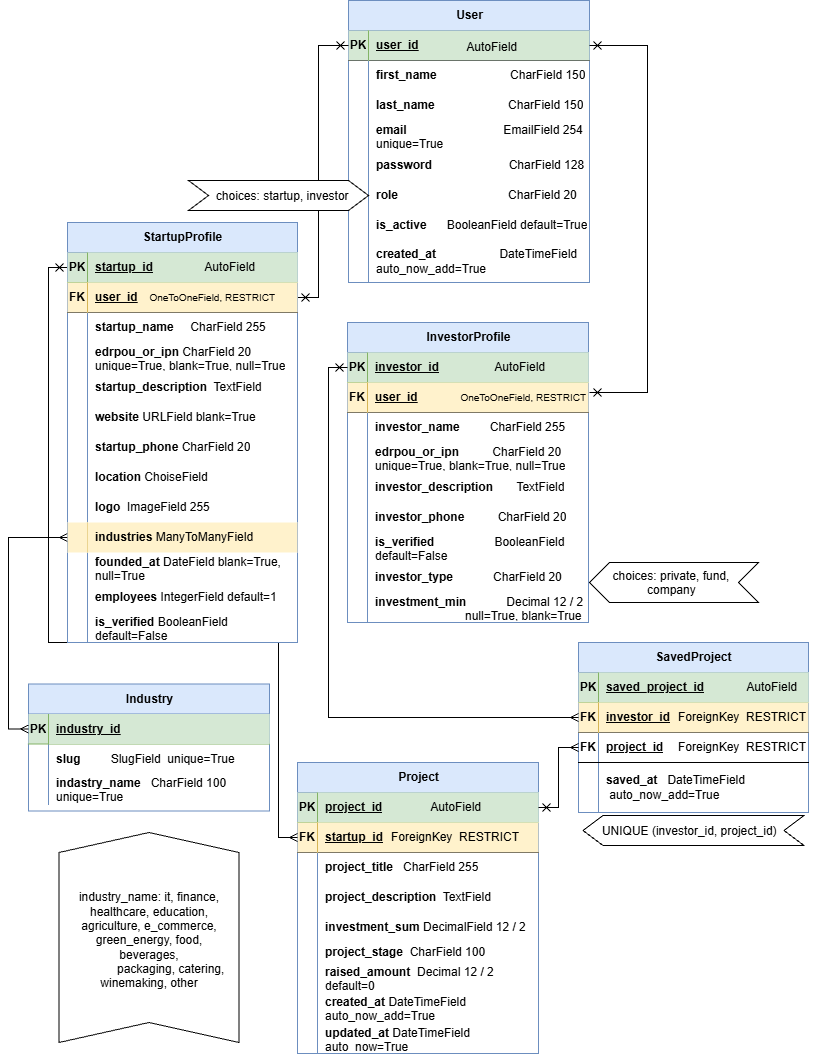
Above: db.png in ITA-Dnipro/PL4851 (draw.io), before the change. Source tidied: cells renumbered, new cells last; positions are measured from the earlier drawing's top-left corner, leaving out a move shared by most shapes.
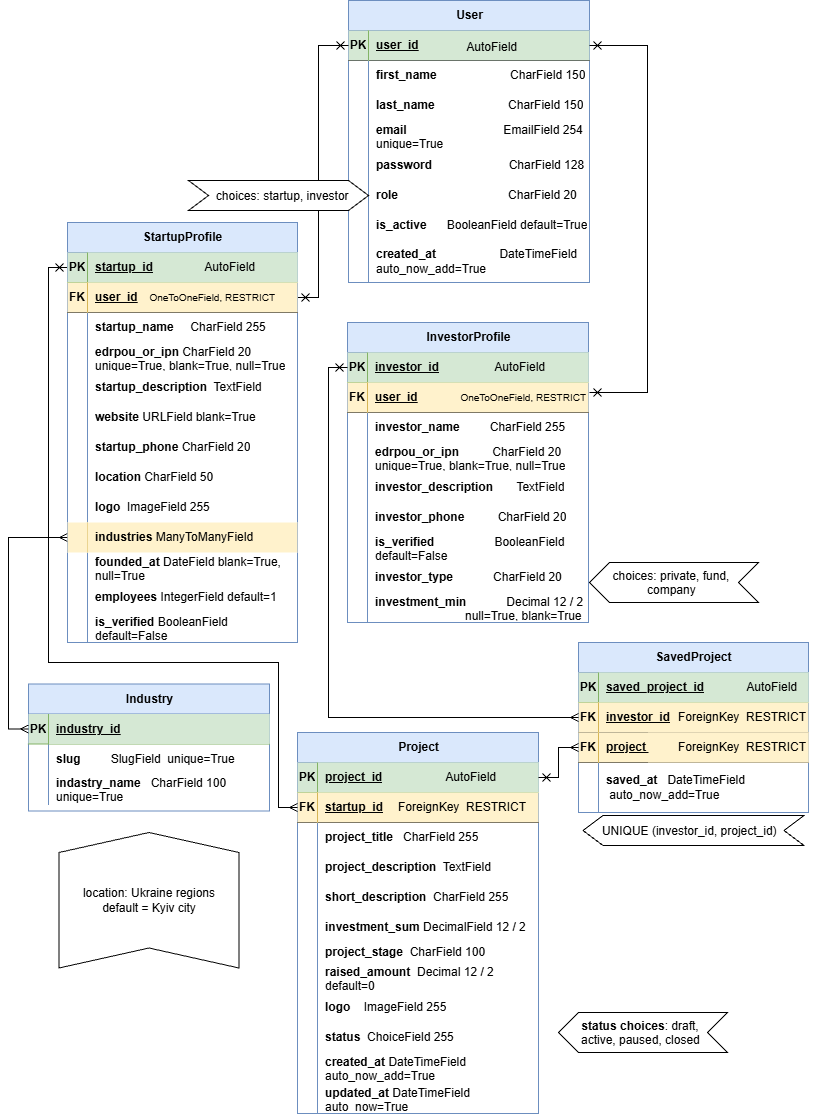
The same file after the commit.

The edit, as a diff of the source:
```diff
@@ -78,7 +78,7 @@
       <mxGeometry x="20" width="221" height="42" as="geometry" />
     </mxCell>
     <mxCell id="27" value="Project" style="shape=table;startSize=30;rowLines=0;fontStyle=1;align=center;html=1;fillColor=#dae8fc;strokeColor=#6c8ebf;" parent="1" vertex="1">
-      <mxGeometry x="289" y="762" width="241" height="291" as="geometry" />
+      <mxGeometry x="289" y="732" width="241" height="381" as="geometry" />
     </mxCell>
     <mxCell id="28" style="shape=tableRow;horizontal=0;startSize=0;swimlaneHead=0;swimlaneBody=0;fillColor=#d5e8d4;points=[[0,0.5],[1,0.5]];portConstraint=eastwest;top=0;left=0;right=0;bottom=1;strokeColor=#82b366;" parent="27" vertex="1">
       <mxGeometry y="30" width="241" height="30" as="geometry" />
@@ -116,8 +116,17 @@
     <mxCell id="39" value="&lt;b&gt;project_description&amp;nbsp;&lt;/b&gt; TextField" style="shape=partialRectangle;fillColor=none;top=0;left=0;bottom=0;right=0;align=left;spacingLeft=6;overflow=hidden;whiteSpace=wrap;html=1;" parent="37" vertex="1">
       <mxGeometry x="20" width="221" height="30" as="geometry" />
     </mxCell>
+    <mxCell id="170" style="shape=tableRow;horizontal=0;startSize=0;swimlaneHead=0;swimlaneBody=0;fillColor=none;top=0;left=0;right=0;bottom=0;" parent="27" vertex="1">
+      <mxGeometry y="150" width="241" height="30" as="geometry" />
+    </mxCell>
+    <mxCell id="171" style="shape=partialRectangle;fillColor=none;top=0;left=0;bottom=0;right=0;overflow=hidden;whiteSpace=wrap;html=1;" parent="170" vertex="1">
+      <mxGeometry width="20" height="30" as="geometry" />
+    </mxCell>
+    <mxCell id="172" value="&lt;b&gt;short_description&amp;nbsp;&lt;/b&gt;&amp;nbsp;CharField 255" style="shape=partialRectangle;fillColor=none;top=0;left=0;bottom=0;right=0;align=left;spacingLeft=6;overflow=hidden;whiteSpace=wrap;html=1;" parent="170" vertex="1">
+      <mxGeometry x="20" width="221" height="30" as="geometry" />
+    </mxCell>
     <mxCell id="40" style="shape=tableRow;horizontal=0;startSize=0;swimlaneHead=0;swimlaneBody=0;fillColor=none;top=0;left=0;right=0;bottom=0;" parent="27" vertex="1">
-      <mxGeometry y="150" width="241" height="30" as="geometry" />
+      <mxGeometry y="180" width="241" height="30" as="geometry" />
     </mxCell>
     <mxCell id="41" style="shape=partialRectangle;fillColor=none;top=0;left=0;bottom=0;right=0;overflow=hidden;whiteSpace=wrap;html=1;" parent="40" vertex="1">
       <mxGeometry width="20" height="30" as="geometry" />
@@ -126,7 +135,7 @@
       <mxGeometry x="20" width="221" height="30" as="geometry" />
     </mxCell>
     <mxCell id="43" style="shape=tableRow;horizontal=0;startSize=0;swimlaneHead=0;swimlaneBody=0;fillColor=none;top=0;left=0;right=0;bottom=0;" parent="27" vertex="1">
-      <mxGeometry y="180" width="241" height="20" as="geometry" />
+      <mxGeometry y="210" width="241" height="20" as="geometry" />
     </mxCell>
     <mxCell id="44" style="shape=partialRectangle;fillColor=none;top=0;left=0;bottom=0;right=0;overflow=hidden;whiteSpace=wrap;html=1;" parent="43" vertex="1">
       <mxGeometry width="20" height="20" as="geometry" />
@@ -135,7 +144,7 @@
       <mxGeometry x="20" width="221" height="20" as="geometry" />
     </mxCell>
     <mxCell id="46" style="shape=tableRow;horizontal=0;startSize=0;swimlaneHead=0;swimlaneBody=0;fillColor=none;top=0;left=0;right=0;bottom=0;" parent="27" vertex="1">
-      <mxGeometry y="200" width="241" height="30" as="geometry" />
+      <mxGeometry y="230" width="241" height="30" as="geometry" />
     </mxCell>
     <mxCell id="47" style="shape=partialRectangle;fillColor=none;top=0;left=0;bottom=0;right=0;overflow=hidden;whiteSpace=wrap;html=1;" parent="46" vertex="1">
       <mxGeometry width="20" height="30" as="geometry" />
@@ -143,8 +152,26 @@
     <mxCell id="48" value="&lt;b&gt;raised_amount&lt;/b&gt;&amp;nbsp; Decimal 12 / 2&lt;div&gt;default=0&lt;/div&gt;" style="shape=partialRectangle;fillColor=none;top=0;left=0;bottom=0;right=0;align=left;spacingLeft=6;overflow=hidden;whiteSpace=wrap;html=1;" parent="46" vertex="1">
       <mxGeometry x="20" width="221" height="30" as="geometry" />
     </mxCell>
+    <mxCell id="173" style="shape=tableRow;horizontal=0;startSize=0;swimlaneHead=0;swimlaneBody=0;fillColor=none;top=0;left=0;right=0;bottom=0;" parent="27" vertex="1">
+      <mxGeometry y="260" width="241" height="30" as="geometry" />
+    </mxCell>
+    <mxCell id="174" style="shape=partialRectangle;fillColor=none;top=0;left=0;bottom=0;right=0;overflow=hidden;whiteSpace=wrap;html=1;" parent="173" vertex="1">
+      <mxGeometry width="20" height="30" as="geometry" />
+    </mxCell>
+    <mxCell id="175" value="&lt;div&gt;&lt;b&gt;logo&amp;nbsp; &amp;nbsp; &lt;/b&gt;ImageField 255&lt;/div&gt;" style="shape=partialRectangle;fillColor=none;top=0;left=0;bottom=0;right=0;align=left;spacingLeft=6;overflow=hidden;whiteSpace=wrap;html=1;" parent="173" vertex="1">
+      <mxGeometry x="20" width="221" height="30" as="geometry" />
+    </mxCell>
+    <mxCell id="176" style="shape=tableRow;horizontal=0;startSize=0;swimlaneHead=0;swimlaneBody=0;fillColor=none;top=0;left=0;right=0;bottom=0;" parent="27" vertex="1">
+      <mxGeometry y="290" width="241" height="30" as="geometry" />
+    </mxCell>
+    <mxCell id="177" style="shape=partialRectangle;fillColor=none;top=0;left=0;bottom=0;right=0;overflow=hidden;whiteSpace=wrap;html=1;" parent="176" vertex="1">
+      <mxGeometry width="20" height="30" as="geometry" />
+    </mxCell>
+    <mxCell id="178" value="&lt;div&gt;&lt;b&gt;status&amp;nbsp; &lt;/b&gt;ChoiceField 255&lt;/div&gt;" style="shape=partialRectangle;fillColor=none;top=0;left=0;bottom=0;right=0;align=left;spacingLeft=6;overflow=hidden;whiteSpace=wrap;html=1;" parent="176" vertex="1">
+      <mxGeometry x="20" width="221" height="30" as="geometry" />
+    </mxCell>
     <mxCell id="49" style="shape=tableRow;horizontal=0;startSize=0;swimlaneHead=0;swimlaneBody=0;fillColor=none;top=0;left=0;right=0;bottom=0;" parent="27" vertex="1">
-      <mxGeometry y="230" width="241" height="31" as="geometry" />
+      <mxGeometry y="320" width="241" height="31" as="geometry" />
     </mxCell>
     <mxCell id="50" style="shape=partialRectangle;fillColor=none;top=0;left=0;bottom=0;right=0;overflow=hidden;whiteSpace=wrap;html=1;" parent="49" vertex="1">
       <mxGeometry width="20" height="31" as="geometry" />
@@ -153,7 +180,7 @@
       <mxGeometry x="20" width="221" height="31" as="geometry" />
     </mxCell>
     <mxCell id="52" style="shape=tableRow;horizontal=0;startSize=0;swimlaneHead=0;swimlaneBody=0;fillColor=none;top=0;left=0;right=0;bottom=0;" parent="27" vertex="1">
-      <mxGeometry y="261" width="241" height="30" as="geometry" />
+      <mxGeometry y="351" width="241" height="30" as="geometry" />
     </mxCell>
     <mxCell id="53" style="shape=partialRectangle;fillColor=none;top=0;left=0;bottom=0;right=0;overflow=hidden;whiteSpace=wrap;html=1;" parent="52" vertex="1">
       <mxGeometry width="20" height="30" as="geometry" />
@@ -180,23 +207,23 @@
       </mxGeometry>
     </mxCell>
     <mxCell id="57" style="edgeStyle=orthogonalEdgeStyle;fontSize=12;html=1;endArrow=ERmany;rounded=0;entryX=0;entryY=0.5;entryDx=0;entryDy=0;exitX=0;exitY=0.5;exitDx=0;exitDy=0;endFill=0;startArrow=cross;startFill=0;" parent="1" edge="1" source="63" target="31">
-      <mxGeometry relative="1" as="geometry">
+      <mxGeometry x="0.07" relative="1" as="geometry">
         <Array as="points">
           <mxPoint x="40" y="267" />
-          <mxPoint x="40" y="642" />
-          <mxPoint x="270" y="642" />
-          <mxPoint x="270" y="837" />
+          <mxPoint x="40" y="662" />
+          <mxPoint x="270" y="662" />
+          <mxPoint x="270" y="807" />
         </Array>
       </mxGeometry>
     </mxCell>
     <mxCell id="58" value="ForeignKey&amp;nbsp; RESTRICT" style="shape=partialRectangle;fillColor=none;top=0;left=0;bottom=0;right=0;align=right;spacingLeft=6;overflow=hidden;whiteSpace=wrap;html=1;" parent="1" vertex="1">
-      <mxGeometry x="353" y="822" width="160" height="30" as="geometry" />
+      <mxGeometry x="360" y="792" width="160" height="30" as="geometry" />
     </mxCell>
     <mxCell id="59" value="AutoField" style="shape=partialRectangle;fillColor=none;top=0;left=0;bottom=0;right=0;align=right;spacingLeft=6;overflow=hidden;whiteSpace=wrap;html=1;" parent="1" vertex="1">
       <mxGeometry x="351" y="32" width="160" height="30" as="geometry" />
     </mxCell>
     <mxCell id="60" value="AutoField" style="shape=partialRectangle;fillColor=none;top=0;left=0;bottom=0;right=0;align=right;spacingLeft=6;overflow=hidden;whiteSpace=wrap;html=1;" parent="1" vertex="1">
-      <mxGeometry x="315" y="792" width="160" height="30" as="geometry" />
+      <mxGeometry x="329.5" y="762" width="160" height="30" as="geometry" />
     </mxCell>
     <mxCell id="61" style="group;" parent="1" vertex="1">
       <mxGeometry x="187" y="202" width="230" height="390" as="geometry" />
@@ -273,7 +300,7 @@
     <mxCell id="85" style="shape=partialRectangle;fillColor=none;top=0;left=0;bottom=0;right=0;overflow=hidden;whiteSpace=wrap;html=1;" parent="84" vertex="1">
       <mxGeometry width="20" height="30" as="geometry" />
     </mxCell>
-    <mxCell id="86" value="&lt;b&gt;location&lt;/b&gt;&amp;nbsp;ChoiseField" style="shape=partialRectangle;fillColor=none;top=0;left=0;bottom=0;right=0;align=left;spacingLeft=6;overflow=hidden;whiteSpace=wrap;html=1;" parent="84" vertex="1">
+    <mxCell id="86" value="&lt;b&gt;location&lt;/b&gt;&amp;nbsp;CharField 50" style="shape=partialRectangle;fillColor=none;top=0;left=0;bottom=0;right=0;align=left;spacingLeft=6;overflow=hidden;whiteSpace=wrap;html=1;" parent="84" vertex="1">
       <mxGeometry x="20" width="210" height="30" as="geometry" />
     </mxCell>
     <mxCell id="87" style="shape=tableRow;horizontal=0;startSize=0;swimlaneHead=0;swimlaneBody=0;fillColor=none;top=0;left=0;right=0;bottom=0;" parent="62" vertex="1">
@@ -441,10 +468,10 @@
     <mxCell id="141" style="shape=tableRow;horizontal=0;startSize=0;swimlaneHead=0;swimlaneBody=0;fillColor=none;points=[[0,0.5],[1,0.5]];portConstraint=eastwest;top=0;left=0;right=0;bottom=1;" parent="134" vertex="1">
       <mxGeometry y="90" width="230" height="30" as="geometry" />
     </mxCell>
-    <mxCell id="142" value="FK" style="shape=partialRectangle;fillColor=none;top=0;left=0;bottom=0;right=0;fontStyle=1;overflow=hidden;whiteSpace=wrap;html=1;" parent="141" vertex="1">
+    <mxCell id="142" value="FK" style="shape=partialRectangle;fillColor=#fff2cc;top=0;left=0;bottom=0;right=0;fontStyle=1;overflow=hidden;whiteSpace=wrap;html=1;strokeColor=#d6b656;" parent="141" vertex="1">
       <mxGeometry width="20" height="30" as="geometry" />
     </mxCell>
-    <mxCell id="143" value="project_id" style="shape=partialRectangle;fillColor=none;top=0;left=0;bottom=0;right=0;align=left;spacingLeft=6;fontStyle=5;overflow=hidden;whiteSpace=wrap;html=1;" parent="141" vertex="1">
+    <mxCell id="143" value="project_id" style="shape=partialRectangle;fillColor=#fff2cc;top=0;left=0;bottom=0;right=0;align=left;spacingLeft=6;fontStyle=5;overflow=hidden;whiteSpace=wrap;html=1;strokeColor=#d6b656;" parent="141" vertex="1">
       <mxGeometry x="20" width="210" height="30" as="geometry" />
     </mxCell>
     <mxCell id="144" style="shape=tableRow;horizontal=0;startSize=0;swimlaneHead=0;swimlaneBody=0;fillColor=none;top=0;left=0;right=0;bottom=0;" parent="134" vertex="1">
@@ -459,7 +486,7 @@
     <mxCell id="147" style="edgeStyle=orthogonalEdgeStyle;rounded=0;libavoidRouting=1;orthogonalLoop=1;jettySize=auto;html=1;innerLoopWaypoints=1;exitX=1;exitY=0.5;exitDx=0;exitDy=0;" parent="134" edge="1" source="138" target="138">
       <mxGeometry relative="1" as="geometry" />
     </mxCell>
-    <mxCell id="148" value="ForeignKey&amp;nbsp; RESTRICT" style="shape=partialRectangle;fillColor=none;top=0;left=0;bottom=0;right=0;align=right;spacingLeft=6;overflow=hidden;whiteSpace=wrap;html=1;" parent="1" vertex="1">
+    <mxCell id="148" value="ForeignKey&amp;nbsp; RESTRICT" style="shape=partialRectangle;fillColor=#fff2cc;top=0;left=0;bottom=0;right=0;align=right;spacingLeft=6;overflow=hidden;whiteSpace=wrap;html=1;strokeColor=#d6b656;" parent="1" vertex="1">
       <mxGeometry x="640" y="732" width="160" height="30" as="geometry" />
     </mxCell>
     <mxCell id="149" value="ForeignKey&amp;nbsp; RESTRICT" style="shape=partialRectangle;fillColor=none;top=0;left=0;bottom=0;right=0;align=right;spacingLeft=6;overflow=hidden;whiteSpace=wrap;html=1;" parent="1" vertex="1">
@@ -468,7 +495,7 @@
     <mxCell id="150" style="edgeStyle=orthogonalEdgeStyle;fontSize=12;html=1;endArrow=ERmany;startArrow=cross;rounded=0;entryX=0;entryY=0.5;entryDx=0;entryDy=0;startFill=0;endFill=0;exitX=1;exitY=0.5;exitDx=0;exitDy=0;" parent="1" edge="1" source="28" target="141">
       <mxGeometry relative="1" as="geometry">
         <Array as="points">
-          <mxPoint x="550" y="807" />
+          <mxPoint x="550" y="777" />
           <mxPoint x="550" y="747" />
         </Array>
       </mxGeometry>
@@ -485,7 +512,7 @@
       </mxGeometry>
     </mxCell>
     <mxCell id="153" value="&lt;div&gt;&lt;br/&gt;&lt;/div&gt;" style="shape=step;perimeter=stepPerimeter;whiteSpace=wrap;html=1;shapeInside=1;fixedSize=1;rotation=-90;horizontal=1;" parent="1" vertex="1">
-      <mxGeometry x="35.5" y="847" width="210" height="180" as="geometry" />
+      <mxGeometry x="72.8" y="809.8" width="135.5" height="180" as="geometry" />
     </mxCell>
     <mxCell id="154" value="choices: private, fund, company" style="shape=step;perimeter=stepPerimeter;whiteSpace=wrap;html=1;shapeInside=1;fixedSize=1;flipH=1;legacyAnchorPoints=0;" parent="1" vertex="1">
       <mxGeometry x="581" y="562" width="169" height="40" as="geometry" />
@@ -526,8 +553,8 @@
     <mxCell id="166" value="&lt;b&gt;indastry_name&lt;/b&gt;&amp;nbsp; &amp;nbsp;CharField 100 unique=True" style="shape=partialRectangle;fillColor=none;top=0;left=0;bottom=0;right=0;align=left;spacingLeft=6;overflow=hidden;whiteSpace=wrap;html=1;" parent="164" vertex="1">
       <mxGeometry x="20" width="221" height="31" as="geometry" />
     </mxCell>
-    <mxCell id="167" value="&lt;span style=&quot;color: light-dark(rgb(0, 0, 0), rgb(255, 255, 255)); background-color: transparent; text-decoration-line: inherit;&quot;&gt;industry_name: it, finance, healthcare, education, agriculture, &lt;/span&gt;&lt;span style=&quot;color: light-dark(rgb(0, 0, 0), rgb(255, 255, 255)); background-color: transparent; text-decoration-line: inherit;&quot;&gt;e_commerce, green_energy, food, beverages,&lt;/span&gt;&lt;div&gt;&amp;nbsp; &amp;nbsp; &amp;nbsp; &amp;nbsp; &amp;nbsp; &amp;nbsp; &amp;nbsp;packaging, catering, winemaking, other&lt;/div&gt;" style="whiteSpace=wrap;html=1;align=center;strokeColor=light-dark(#ffffff, #ededed);" parent="1" vertex="1">
-      <mxGeometry x="60.5" y="872" width="160" height="135.5" as="geometry" />
+    <mxCell id="167" value="&lt;span style=&quot;color: light-dark(rgb(0, 0, 0), rgb(255, 255, 255)); background-color: transparent; text-decoration-line: inherit;&quot;&gt;location: Ukraine regions&lt;br&gt;&lt;/span&gt;&lt;div&gt;&lt;span style=&quot;color: light-dark(rgb(0, 0, 0), rgb(255, 255, 255)); background-color: transparent; text-decoration-line: inherit;&quot;&gt;default = Kyiv city&lt;/span&gt;&lt;/div&gt;" style="whiteSpace=wrap;html=1;align=center;strokeColor=light-dark(#ffffff, #ededed);" parent="1" vertex="1">
+      <mxGeometry x="60.5" y="862" width="160" height="75.5" as="geometry" />
     </mxCell>
     <mxCell id="168" style="edgeStyle=orthogonalEdgeStyle;rounded=0;libavoidRouting=1;jettySize=auto;html=1;exitX=0;exitY=0.5;exitDx=0;exitDy=0;entryX=0;entryY=0.5;entryDx=0;entryDy=0;startArrow=ERmany;startFill=0;endArrow=ERmany;endFill=0;" parent="1" edge="1" source="90" target="158">
       <mxGeometry relative="1" as="geometry">
@@ -540,5 +567,8 @@
     <mxCell id="169" style="shape=partialRectangle;fillColor=#fff2cc;top=0;left=0;bottom=0;right=0;fontStyle=1;overflow=hidden;whiteSpace=wrap;html=1;strokeColor=#d6b656;" parent="1" vertex="1">
       <mxGeometry x="59" y="522" width="20" height="30" as="geometry" />
     </mxCell>
+    <mxCell id="179" value="&lt;b&gt;status choices&lt;/b&gt;: draft, active, paused, closed" style="shape=step;perimeter=stepPerimeter;whiteSpace=wrap;html=1;shapeInside=1;fixedSize=1;flipH=1;legacyAnchorPoints=0;" parent="1" vertex="1">
+      <mxGeometry x="550" y="1012" width="169" height="40" as="geometry" />
+    </mxCell>
   </root>
 </mxGraphModel>
```
